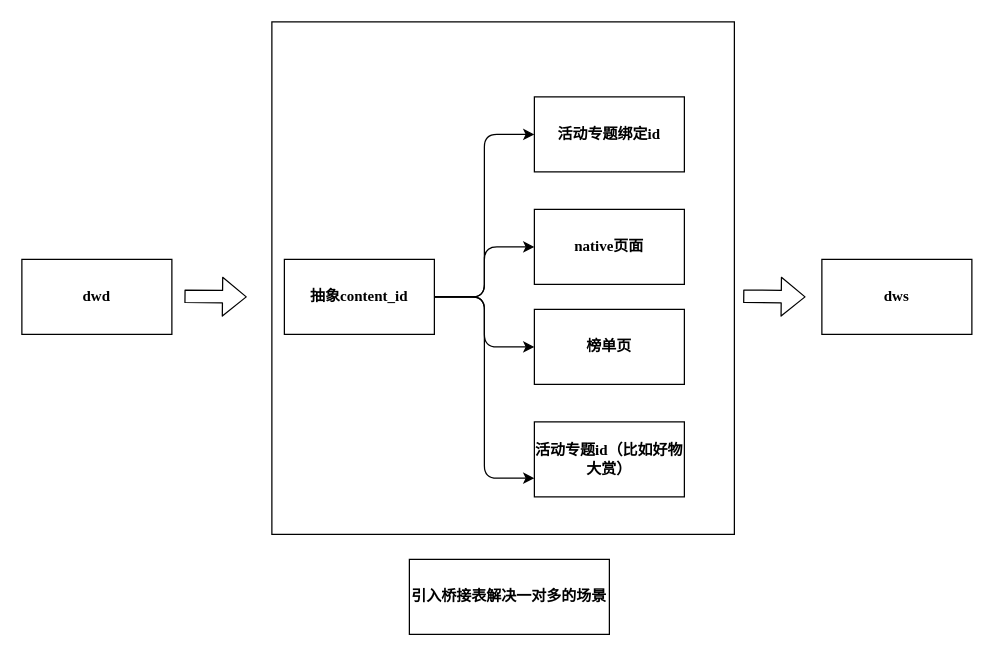
Before: 栏目重构.drawio in mineminemine123/work-wiki, a draw.io diagram. Source tidied: cells renumbered, new cells numbered last; positions are measured from the earlier drawing's top-left corner, leaving out a move shared by most shapes. Both pictures are drawn from the tidied source at 125%, with x=0, y=0 at pixel (21, 21).
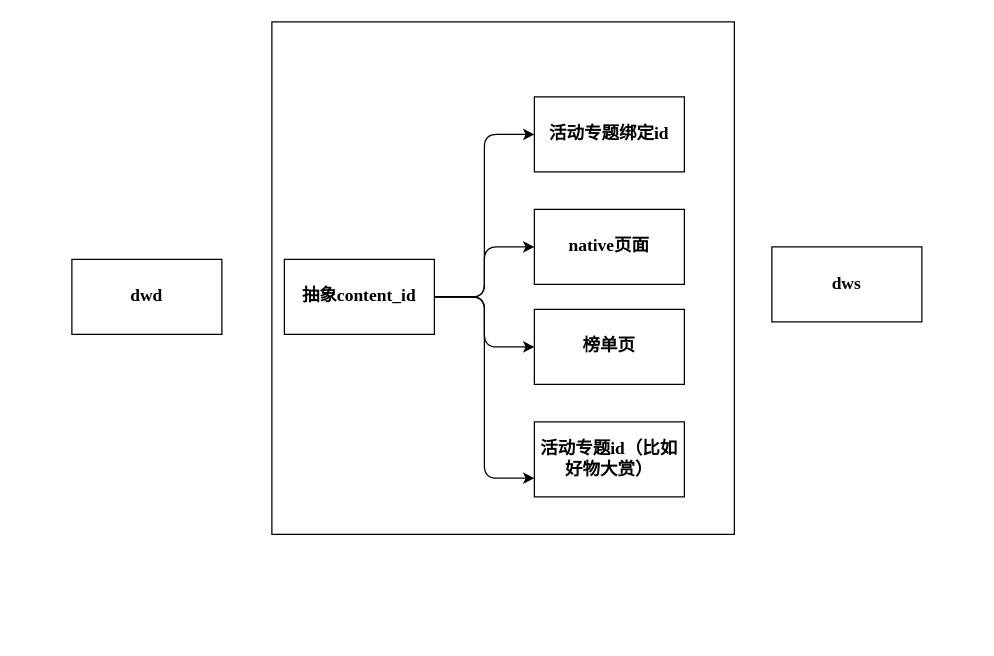
The same page after the edit.

Commit message (it also covers changes not shown here):
更新栏目重构.drawio

The edit, as a diff of the source:
```diff
@@
 <mxGraphModel>
   <root>
     <mxCell id="0" />
     <mxCell id="1" parent="0" />
-    <mxCell id="2" style="rounded=0;whiteSpace=wrap;html=1;sketch=0;fontStyle=1;fontFamily=Times New Roman;" parent="1" vertex="1">
+    <mxCell id="2" style="rounded=0;whiteSpace=wrap;html=1;sketch=0;fontStyle=1;fontFamily=Times New Roman;fontSize=14;" parent="1" vertex="1">
       <mxGeometry x="200" width="370" height="410" as="geometry" />
     </mxCell>
-    <mxCell id="3" style="edgeStyle=orthogonalEdgeStyle;curved=0;rounded=1;sketch=0;jettySize=auto;html=1;exitX=1;exitY=0.5;exitDx=0;exitDy=0;entryX=0;entryY=0.5;entryDx=0;entryDy=0;fontStyle=1;fontFamily=Times New Roman;" parent="1" edge="1" source="7" target="8">
+    <mxCell id="3" style="edgeStyle=orthogonalEdgeStyle;curved=0;rounded=1;sketch=0;jettySize=auto;html=1;exitX=1;exitY=0.5;exitDx=0;exitDy=0;entryX=0;entryY=0.5;entryDx=0;entryDy=0;fontStyle=1;fontFamily=Times New Roman;fontSize=14;" parent="1" edge="1" source="7" target="8">
       <mxGeometry relative="1" as="geometry" />
     </mxCell>
-    <mxCell id="4" style="edgeStyle=orthogonalEdgeStyle;curved=0;rounded=1;sketch=0;jettySize=auto;html=1;exitX=1;exitY=0.5;exitDx=0;exitDy=0;entryX=0;entryY=0.5;entryDx=0;entryDy=0;fontStyle=1;fontFamily=Times New Roman;" parent="1" edge="1" source="7" target="11">
+    <mxCell id="4" style="edgeStyle=orthogonalEdgeStyle;curved=0;rounded=1;sketch=0;jettySize=auto;html=1;exitX=1;exitY=0.5;exitDx=0;exitDy=0;entryX=0;entryY=0.5;entryDx=0;entryDy=0;fontStyle=1;fontFamily=Times New Roman;fontSize=14;" parent="1" edge="1" source="7" target="11">
       <mxGeometry relative="1" as="geometry" />
     </mxCell>
-    <mxCell id="5" style="edgeStyle=orthogonalEdgeStyle;curved=0;rounded=1;sketch=0;jettySize=auto;html=1;exitX=1;exitY=0.5;exitDx=0;exitDy=0;entryX=0;entryY=0.5;entryDx=0;entryDy=0;fontStyle=1;fontFamily=Times New Roman;" parent="1" edge="1" source="7" target="10">
+    <mxCell id="5" style="edgeStyle=orthogonalEdgeStyle;curved=0;rounded=1;sketch=0;jettySize=auto;html=1;exitX=1;exitY=0.5;exitDx=0;exitDy=0;entryX=0;entryY=0.5;entryDx=0;entryDy=0;fontStyle=1;fontFamily=Times New Roman;fontSize=14;" parent="1" edge="1" source="7" target="10">
       <mxGeometry relative="1" as="geometry" />
     </mxCell>
-    <mxCell id="6" style="edgeStyle=orthogonalEdgeStyle;curved=0;rounded=1;sketch=0;jettySize=auto;html=1;exitX=1;exitY=0.5;exitDx=0;exitDy=0;entryX=0;entryY=0.75;entryDx=0;entryDy=0;fontStyle=1;fontFamily=Times New Roman;" parent="1" edge="1" source="7" target="9">
+    <mxCell id="6" style="edgeStyle=orthogonalEdgeStyle;curved=0;rounded=1;sketch=0;jettySize=auto;html=1;exitX=1;exitY=0.5;exitDx=0;exitDy=0;entryX=0;entryY=0.75;entryDx=0;entryDy=0;fontStyle=1;fontFamily=Times New Roman;fontSize=14;" parent="1" edge="1" source="7" target="9">
       <mxGeometry relative="1" as="geometry" />
     </mxCell>
-    <mxCell id="7" value="抽象content_id" style="rounded=0;whiteSpace=wrap;html=1;sketch=0;fontStyle=1;fontFamily=Times New Roman;" parent="1" vertex="1">
+    <mxCell id="7" value="抽象content_id" style="rounded=0;whiteSpace=wrap;html=1;sketch=0;fontStyle=1;fontFamily=Times New Roman;fontSize=14;" parent="1" vertex="1">
       <mxGeometry x="210" y="190" width="120" height="60" as="geometry" />
     </mxCell>
-    <mxCell id="8" value="&lt;div class=&quot;okr-block-clipboard&quot;&gt;&lt;/div&gt;&lt;div&gt;活动专题绑定id&lt;/div&gt;" style="rounded=0;whiteSpace=wrap;html=1;sketch=0;fontStyle=1;fontFamily=Times New Roman;" parent="1" vertex="1">
+    <mxCell id="8" value="&lt;div class=&quot;okr-block-clipboard&quot; style=&quot;font-size: 14px;&quot;&gt;&lt;/div&gt;&lt;div style=&quot;font-size: 14px;&quot;&gt;活动专题绑定id&lt;/div&gt;" style="rounded=0;whiteSpace=wrap;html=1;sketch=0;fontStyle=1;fontFamily=Times New Roman;fontSize=14;" parent="1" vertex="1">
       <mxGeometry x="410" y="60" width="120" height="60" as="geometry" />
     </mxCell>
-    <mxCell id="9" value="&#10;&#10;&lt;div class=&quot;okr-block-clipboard&quot;&gt;&lt;/div&gt;&lt;div style=&quot;&quot;&gt;活动专题id（比如好物大赏）&lt;/div&gt;&#10;&#10;" style="rounded=0;whiteSpace=wrap;html=1;sketch=0;fontStyle=1;fontFamily=Times New Roman;" parent="1" vertex="1">
+    <mxCell id="9" value="&#10;&#10;&lt;div class=&quot;okr-block-clipboard&quot; style=&quot;font-size: 14px;&quot;&gt;&lt;/div&gt;&lt;div style=&quot;font-size: 14px;&quot;&gt;活动专题id（比如好物大赏）&lt;/div&gt;&#10;&#10;" style="rounded=0;whiteSpace=wrap;html=1;sketch=0;fontStyle=1;fontFamily=Times New Roman;fontSize=14;" parent="1" vertex="1">
       <mxGeometry x="410" y="320" width="120" height="60" as="geometry" />
     </mxCell>
-    <mxCell id="10" value="&lt;div class=&quot;okr-block-clipboard&quot;&gt;&lt;/div&gt;&lt;div&gt;native页面&lt;/div&gt;" style="rounded=0;whiteSpace=wrap;html=1;sketch=0;fontStyle=1;fontFamily=Times New Roman;" parent="1" vertex="1">
+    <mxCell id="10" value="&lt;div class=&quot;okr-block-clipboard&quot; style=&quot;font-size: 14px;&quot;&gt;&lt;/div&gt;&lt;div style=&quot;font-size: 14px;&quot;&gt;native页面&lt;/div&gt;" style="rounded=0;whiteSpace=wrap;html=1;sketch=0;fontStyle=1;fontFamily=Times New Roman;fontSize=14;" parent="1" vertex="1">
       <mxGeometry x="410" y="150" width="120" height="60" as="geometry" />
     </mxCell>
-    <mxCell id="11" value="&lt;div class=&quot;okr-block-clipboard&quot;&gt;&lt;/div&gt;&lt;div&gt;榜单页&lt;/div&gt;" style="rounded=0;whiteSpace=wrap;html=1;sketch=0;fontStyle=1;fontFamily=Times New Roman;" parent="1" vertex="1">
+    <mxCell id="11" value="&lt;div class=&quot;okr-block-clipboard&quot; style=&quot;font-size: 14px;&quot;&gt;&lt;/div&gt;&lt;div style=&quot;font-size: 14px;&quot;&gt;榜单页&lt;/div&gt;" style="rounded=0;whiteSpace=wrap;html=1;sketch=0;fontStyle=1;fontFamily=Times New Roman;fontSize=14;" parent="1" vertex="1">
       <mxGeometry x="410" y="230" width="120" height="60" as="geometry" />
     </mxCell>
-    <mxCell id="12" value="dwd" style="rounded=0;whiteSpace=wrap;html=1;sketch=0;fontStyle=1;fontFamily=Times New Roman;" parent="1" vertex="1">
-      <mxGeometry y="190" width="120" height="60" as="geometry" />
+    <mxCell id="12" value="dwd" style="rounded=0;whiteSpace=wrap;html=1;sketch=0;fontStyle=1;fontFamily=Times New Roman;fontSize=14;" parent="1" vertex="1">
+      <mxGeometry x="40" y="190" width="120" height="60" as="geometry" />
     </mxCell>
-    <mxCell id="13" value="dws" style="rounded=0;whiteSpace=wrap;html=1;sketch=0;fontStyle=1;fontFamily=Times New Roman;" parent="1" vertex="1">
-      <mxGeometry x="640" y="190" width="120" height="60" as="geometry" />
+    <mxCell id="13" value="dws" style="rounded=0;whiteSpace=wrap;html=1;sketch=0;fontStyle=1;fontFamily=Times New Roman;fontSize=14;" parent="1" vertex="1">
+      <mxGeometry x="600" y="180" width="120" height="60" as="geometry" />
     </mxCell>
-    <mxCell id="14" style="shape=flexArrow;endArrow=classic;html=1;rounded=1;sketch=0;curved=0;fontStyle=1;fontFamily=Times New Roman;" parent="1" edge="1">
-      <mxGeometry relative="1" as="geometry">
-        <mxPoint x="130" y="219.5" as="sourcePoint" />
-        <mxPoint x="180" y="220" as="targetPoint" />
-      </mxGeometry>
-    </mxCell>
-    <mxCell id="15" style="shape=flexArrow;endArrow=classic;html=1;rounded=1;sketch=0;curved=0;fontStyle=1;fontFamily=Times New Roman;" parent="1" edge="1">
-      <mxGeometry relative="1" as="geometry">
-        <mxPoint x="577" y="219.5" as="sourcePoint" />
-        <mxPoint x="627" y="220" as="targetPoint" />
-      </mxGeometry>
-    </mxCell>
-    <mxCell id="16" value="引入桥接表解决一对多的场景" style="rounded=0;whiteSpace=wrap;html=1;sketch=0;fontStyle=1;fontFamily=Times New Roman;" parent="1" vertex="1">
-      <mxGeometry x="310" y="430" width="160" height="60" as="geometry" />
-    </mxCell>
   </root>
 </mxGraphModel>
```
